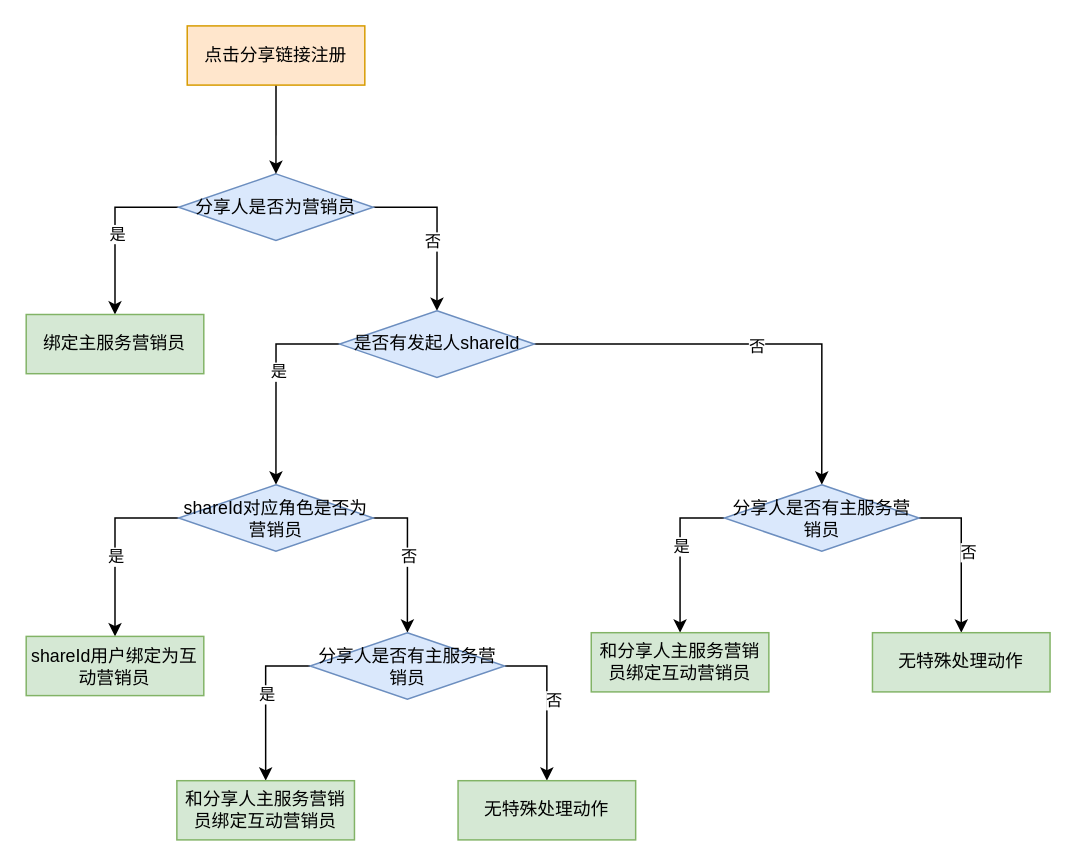
Earlier version of the draw.io diagram 通用分享绑定营销员流程.drawio (liangYuHan/work). Source tidied: cells renumbered, new cells numbered last; positions are measured from the earlier drawing's top-left corner, leaving out a move shared by most shapes. Both pictures are drawn from the tidied source at 148%, with x=0, y=0 at pixel (25, 25).
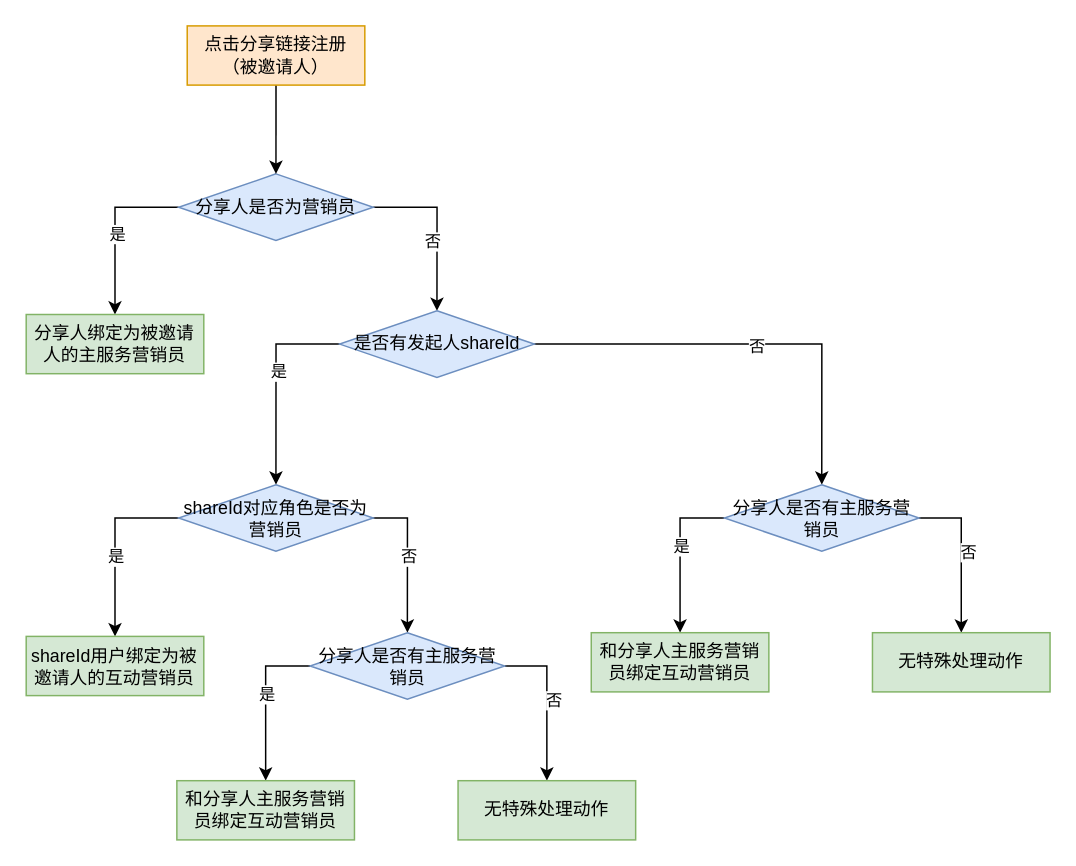
The same page after the edit.

Commit message (it also covers changes not shown here):
更新通用分享绑定营销员流程.drawio

What changed in the source:
```diff
@@
-    <mxCell id="31" value="shareId用户绑定为互动营销员" style="rounded=0;whiteSpace=wrap;html=1;fillColor=#d5e8d4;strokeColor=#82b366;" parent="1" vertex="1">
+    <mxCell id="31" value="shareId用户绑定为被邀请人的互动营销员" style="rounded=0;whiteSpace=wrap;html=1;fillColor=#d5e8d4;strokeColor=#82b366;" parent="1" vertex="1">
       <mxGeometry x="0.2" y="412.5" width="120" height="40" as="geometry" />
     </mxCell>
-    <mxCell id="32" value="绑定主服务营销员" style="rounded=0;whiteSpace=wrap;html=1;fillColor=#d5e8d4;strokeColor=#82b366;" parent="1" vertex="1">
+    <mxCell id="32" value="分享人绑定为被邀请人的主服务营销员" style="rounded=0;whiteSpace=wrap;html=1;fillColor=#d5e8d4;strokeColor=#82b366;" parent="1" vertex="1">
       <mxGeometry x="0.2" y="195" width="120" height="40" as="geometry" />
     </mxCell>
@@
-    <mxCell id="34" value="点击分享链接注册" style="rounded=0;whiteSpace=wrap;html=1;fillColor=#ffe6cc;strokeColor=#d79b00;" parent="1" vertex="1">
+    <mxCell id="34" value="点击分享链接注册&lt;br&gt;（被邀请人）" style="rounded=0;whiteSpace=wrap;html=1;fillColor=#ffe6cc;strokeColor=#d79b00;" parent="1" vertex="1">
       <mxGeometry x="109" width="120" height="40" as="geometry" />
     </mxCell>
```
